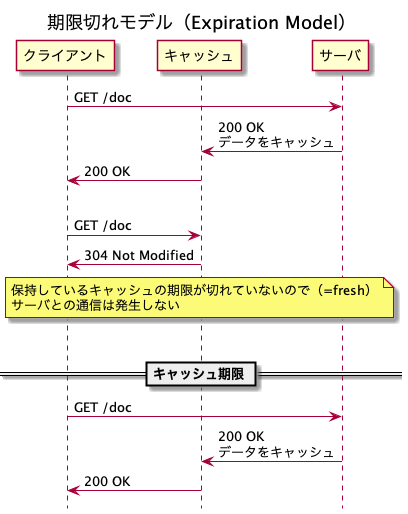
Above: assets/cache_expiration_model.png in kamimi01/praha_challenge_tasks (PlantUML), before the change. Its diagram source:
```plantuml
@startuml

title: 期限切れモデル（Expiration Model）
hide footbox

participant クライアント
participant キャッシュ
participant サーバ

クライアント -> サーバ: GET /doc
サーバ -> キャッシュ: 200 OK \nデータをキャッシュ
キャッシュ -> クライアント: 200 OK

|||

クライアント -> キャッシュ: GET /doc
キャッシュ -> クライアント: 304 Not Modified

note over キャッシュ: 保持しているキャッシュの期限が切れていないので（=fresh）\nサーバとの通信は発生しない

|||

== キャッシュ期限 ==

クライアント -> サーバ: GET /doc
サーバ -> キャッシュ: 200 OK \nデータをキャッシュ
キャッシュ -> クライアント: 200 OK

@enduml
```
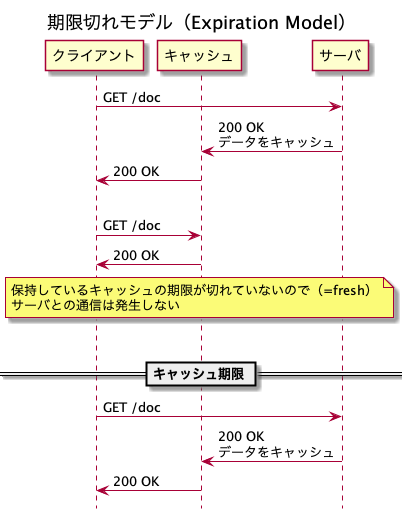
The same file after the commit.

The edit, as a diff of the source:
```diff
@@ -14,7 +14,7 @@
 |||
 
 クライアント -> キャッシュ: GET /doc
-キャッシュ -> クライアント: 304 Not Modified
+キャッシュ -> クライアント: 200 OK
 
 note over キャッシュ: 保持しているキャッシュの期限が切れていないので（=fresh）\nサーバとの通信は発生しない
 
```
